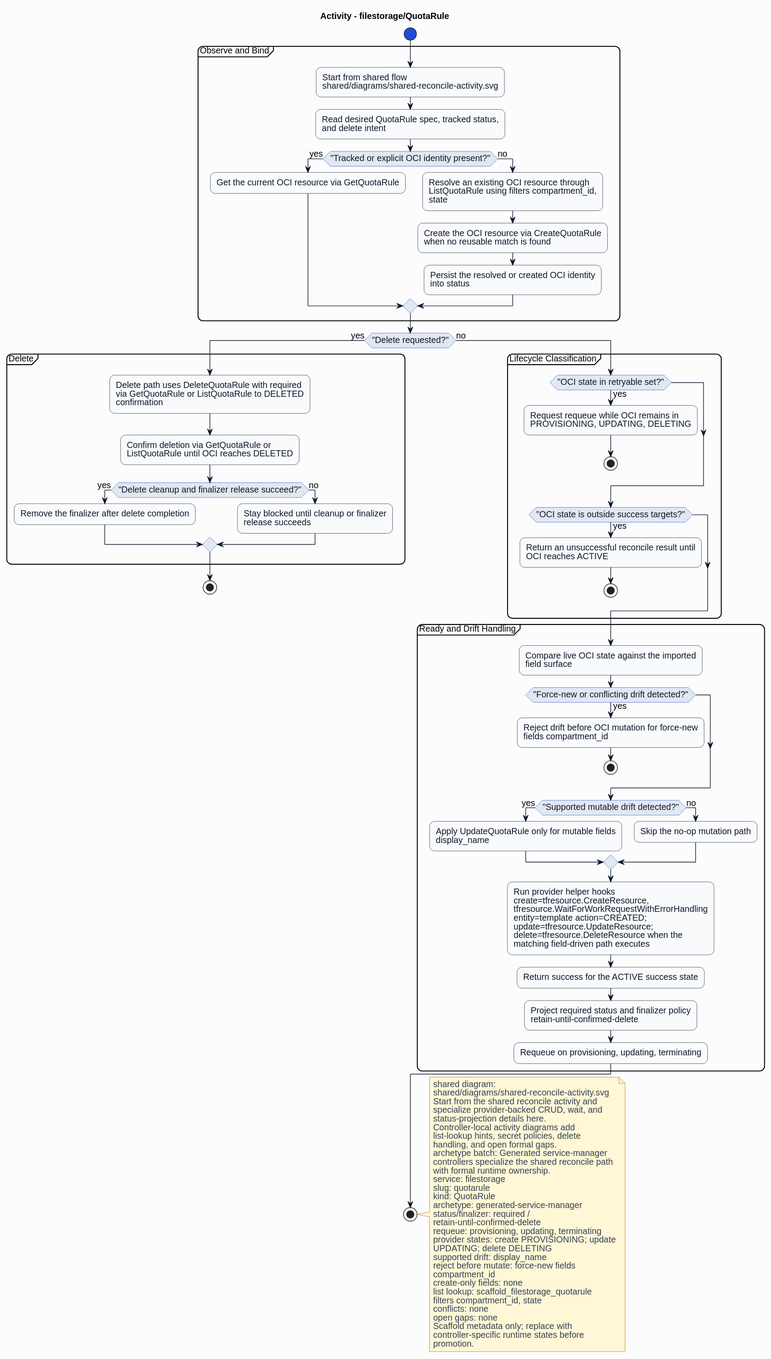
The PlantUML diagram formal/controllers/filestorage/quotarule/diagrams/activity.svg in HaoyL666/oci-service-operator, before a commit.
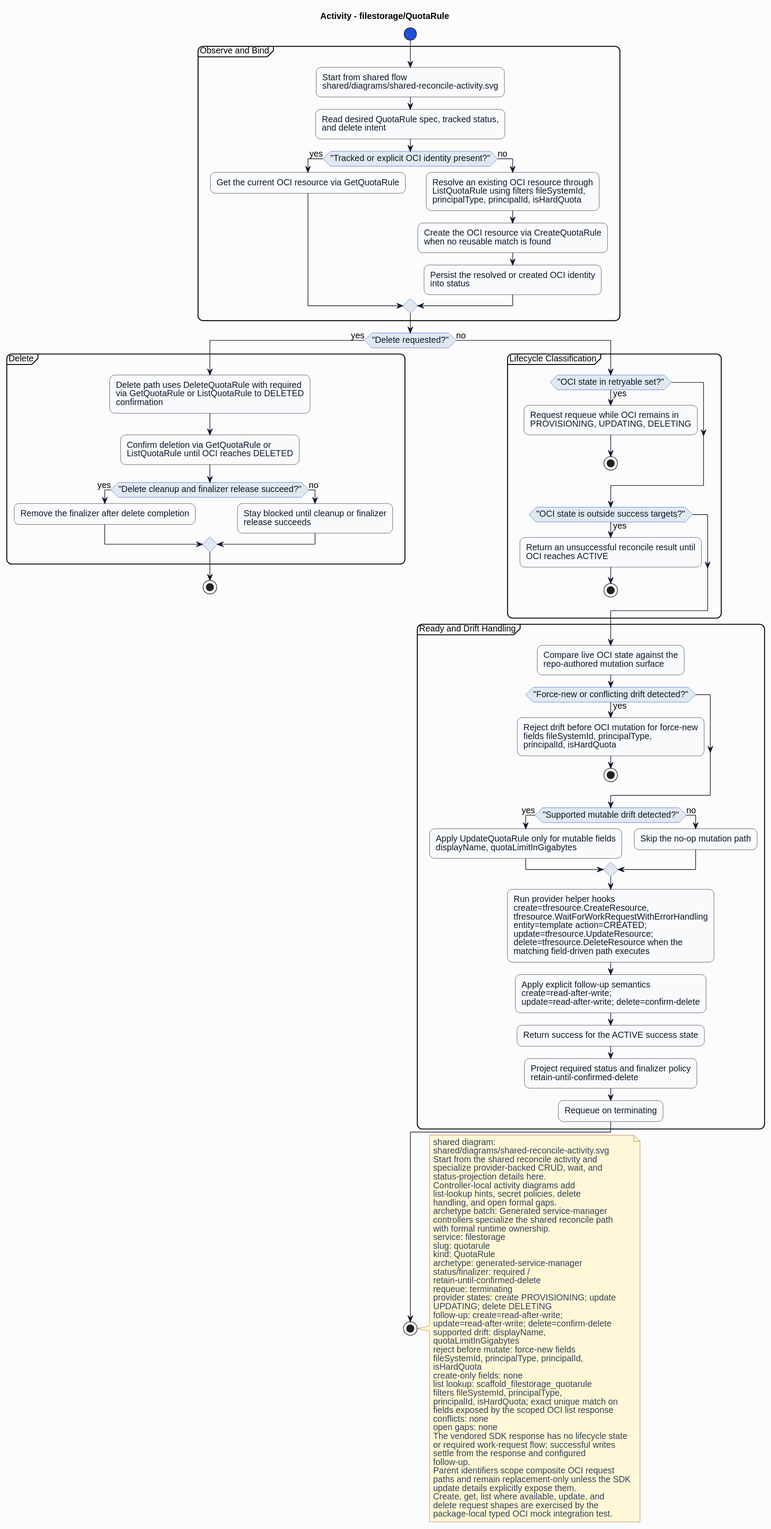
After the change.

Diff of the diagram source:
```diff
@@ -27,7 +27,7 @@
 if ("Tracked or explicit OCI identity present?") then (yes)
 :Get the current OCI resource via GetQuotaRule;
 else (no)
-:Resolve an existing OCI resource through\nListQuotaRule using filters compartment_id,\nstate;
+:Resolve an existing OCI resource through\nListQuotaRule using filters fileSystemId,\nprincipalType, principalId, isHardQuota;
 :Create the OCI resource via CreateQuotaRule\nwhen no reusable match is found;
 :Persist the resolved or created OCI identity\ninto status;
 endif
@@ -55,20 +55,21 @@
 endif
 }
 partition "Ready and Drift Handling" {
-:Compare live OCI state against the imported\nfield surface;
+:Compare live OCI state against the\nrepo-authored mutation surface;
 if ("Force-new or conflicting drift detected?") then (yes)
-:Reject drift before OCI mutation for force-new\nfields compartment_id;
+:Reject drift before OCI mutation for force-new\nfields fileSystemId, principalType,\nprincipalId, isHardQuota;
 stop
 endif
 if ("Supported mutable drift detected?") then (yes)
-:Apply UpdateQuotaRule only for mutable fields\ndisplay_name;
+:Apply UpdateQuotaRule only for mutable fields\ndisplayName, quotaLimitInGigabytes;
 else (no)
 :Skip the no-op mutation path;
 endif
 :Run provider helper hooks\ncreate=tfresource.CreateResource,\ntfresource.WaitForWorkRequestWithErrorHandling\nentity=template action=CREATED;\nupdate=tfresource.UpdateResource;\ndelete=tfresource.DeleteResource when the\nmatching field-driven path executes;
+:Apply explicit follow-up semantics\ncreate=read-after-write;\nupdate=read-after-write; delete=confirm-delete;
 :Return success for the ACTIVE success state;
 :Project required status and finalizer policy\nretain-until-confirmed-delete;
-:Requeue on provisioning, updating, terminating;
+:Requeue on terminating;
 }
 endif
 stop
@@ -90,19 +91,32 @@
 archetype: generated-service-manager
 status/finalizer: required /
 retain-until-confirmed-delete
-requeue: provisioning, updating, terminating
+requeue: terminating
 provider states: create PROVISIONING; update
 UPDATING; delete DELETING
-supported drift: display_name
+follow-up: create=read-after-write;
+update=read-after-write; delete=confirm-delete
+supported drift: displayName,
+quotaLimitInGigabytes
 reject before mutate: force-new fields
-compartment_id
+fileSystemId, principalType, principalId,
+isHardQuota
 create-only fields: none
 list lookup: scaffold_filestorage_quotarule
-filters compartment_id, state
+filters fileSystemId, principalType,
+principalId, isHardQuota; exact unique match on
+fields exposed by the scoped OCI list response
 conflicts: none
 open gaps: none
-Scaffold metadata only; replace with
-controller-specific runtime states before
-promotion.
+The vendored SDK response has no lifecycle state
+or required work-request flow; successful writes
+settle from the response and configured
+follow-up.
+Parent identifiers scope composite OCI request
+paths and remain replacement-only unless the SDK
+update details explicitly expose them.
+Create, get, list where available, update, and
+delete request shapes are exercised by the
+package-local typed OCI mock integration test.
 end note
 @enduml
```
